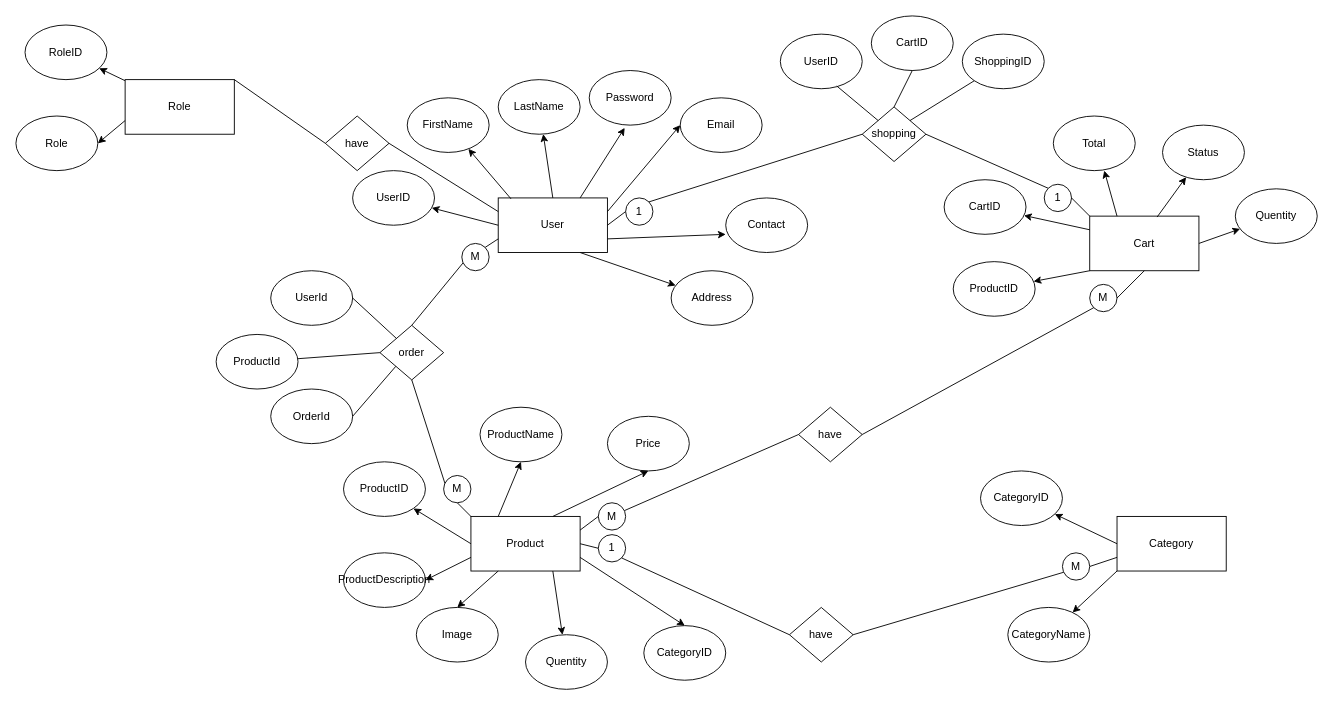
Before: page "Page-2" (2 of 3) of Task01.drawio in buddikatdk/Task01, a draw.io diagram. Source tidied: cells renumbered, new cells numbered last; positions are measured from the earlier drawing's top-left corner, leaving out a move shared by most shapes. Both pictures are drawn from the tidied source at 91%, with x=0, y=0 at pixel (15, 15).
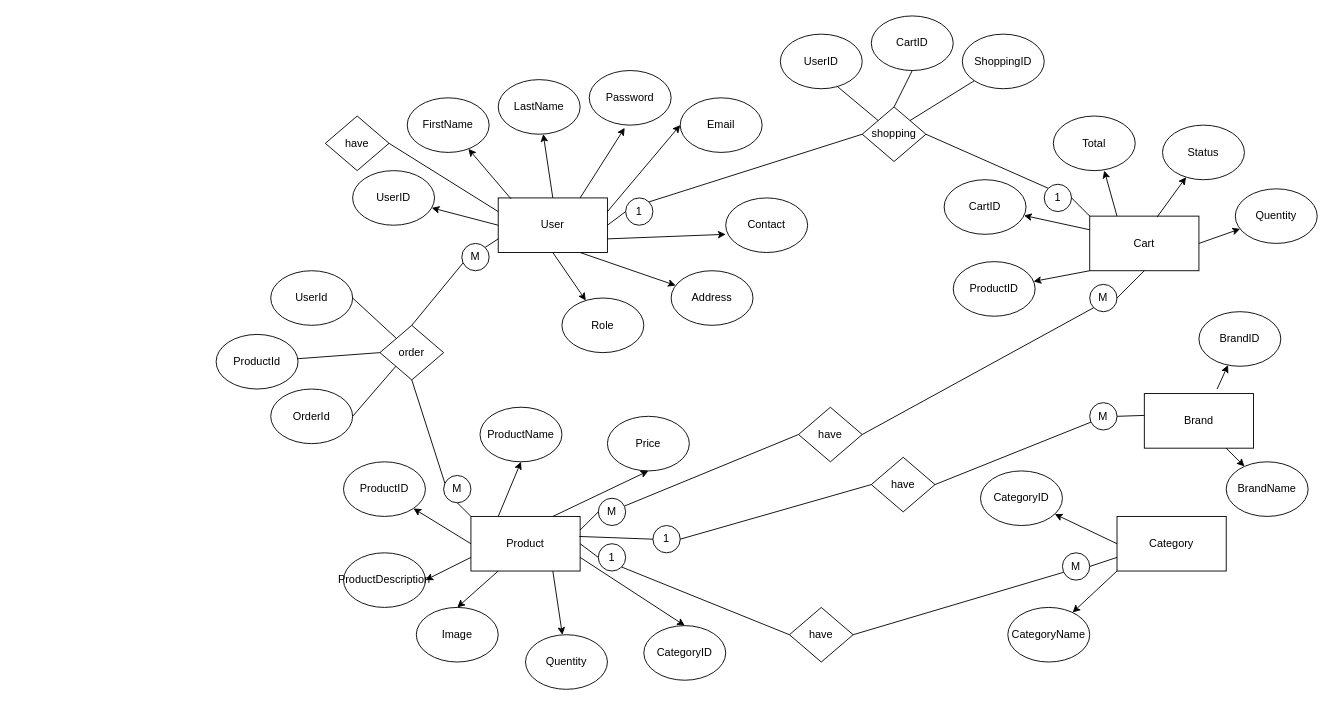
The same page after the edit.

The change refers to these unchanged cells:
```xml
<mxCell id="2" value="User" style="rounded=0;whiteSpace=wrap;html=1;" parent="1" vertex="1">
  <mxGeometry x="530" y="200" width="120" height="60" as="geometry" />
</mxCell>
<mxCell id="15" value="Product" style="rounded=0;whiteSpace=wrap;html=1;" parent="1" vertex="1">
  <mxGeometry x="500" y="550" width="120" height="60" as="geometry" />
</mxCell>
```

Diff of the diagram source:
```diff
@@
     <mxCell id="59" value="1" style="ellipse;whiteSpace=wrap;html=1;" parent="1" vertex="1">
-      <mxGeometry x="640" y="570" width="30" height="30" as="geometry" />
+      <mxGeometry x="640" y="580" width="30" height="30" as="geometry" />
     </mxCell>
@@
     <mxCell id="67" value="M" style="ellipse;whiteSpace=wrap;html=1;" parent="1" vertex="1">
-      <mxGeometry x="640" y="535" width="30" height="30" as="geometry" />
+      <mxGeometry x="640" y="530" width="30" height="30" as="geometry" />
     </mxCell>
@@
-    <mxCell id="88" value="Role" style="rounded=0;whiteSpace=wrap;html=1;" parent="1" vertex="1">
-      <mxGeometry x="120" y="70" width="120" height="60" as="geometry" />
-    </mxCell>
-    <mxCell id="89" value="RoleID" style="ellipse;whiteSpace=wrap;html=1;" parent="1" vertex="1">
-      <mxGeometry x="10" y="10" width="90" height="60" as="geometry" />
-    </mxCell>
-    <mxCell id="90" style="endArrow=classic;html=1;rounded=0;" parent="1" edge="1" source="88" target="89">
-      <mxGeometry relative="1" as="geometry" />
-    </mxCell>
+    <mxCell id="93" value="have" style="rhombus;whiteSpace=wrap;html=1;" parent="1" vertex="1">
+      <mxGeometry x="340" y="110" width="70" height="60" as="geometry" />
+    </mxCell>
+    <mxCell id="95" style="endArrow=none;html=1;rounded=0;entryX=1;entryY=0.5;entryDx=0;entryDy=0;exitX=0;exitY=0.25;exitDx=0;exitDy=0;" parent="1" edge="1" source="2" target="93">
+      <mxGeometry relative="1" as="geometry" />
+    </mxCell>
     <mxCell id="91" value="Role" style="ellipse;whiteSpace=wrap;html=1;" parent="1" vertex="1">
-      <mxGeometry y="110" width="90" height="60" as="geometry" />
+      <mxGeometry x="600" y="310" width="90" height="60" as="geometry" />
     </mxCell>
-    <mxCell id="92" style="endArrow=classic;html=1;rounded=0;exitX=0;exitY=0.75;exitDx=0;exitDy=0;entryX=1;entryY=0.5;entryDx=0;entryDy=0;" parent="1" edge="1" source="88" target="91">
-      <mxGeometry relative="1" as="geometry" />
-    </mxCell>
-    <mxCell id="93" value="have" style="rhombus;whiteSpace=wrap;html=1;" parent="1" vertex="1">
-      <mxGeometry x="340" y="110" width="70" height="60" as="geometry" />
-    </mxCell>
-    <mxCell id="94" style="endArrow=none;html=1;rounded=0;exitX=1;exitY=0;exitDx=0;exitDy=0;entryX=0;entryY=0.5;entryDx=0;entryDy=0;" parent="1" edge="1" source="88" target="93">
-      <mxGeometry relative="1" as="geometry" />
-    </mxCell>
-    <mxCell id="95" style="endArrow=none;html=1;rounded=0;entryX=1;entryY=0.5;entryDx=0;entryDy=0;exitX=0;exitY=0.25;exitDx=0;exitDy=0;" parent="1" edge="1" source="2" target="93">
-      <mxGeometry relative="1" as="geometry" />
-    </mxCell>
+    <mxCell id="96" style="endArrow=classic;html=1;rounded=0;exitX=0.5;exitY=1;exitDx=0;exitDy=0;" parent="1" edge="1" source="2" target="91">
+      <mxGeometry relative="1" as="geometry" />
+    </mxCell>
+    <mxCell id="97" value="Brand" style="rounded=0;whiteSpace=wrap;html=1;" parent="1" vertex="1">
+      <mxGeometry x="1240" y="415" width="120" height="60" as="geometry" />
+    </mxCell>
+    <mxCell id="98" value="BrandID" style="ellipse;whiteSpace=wrap;html=1;" parent="1" vertex="1">
+      <mxGeometry x="1300" y="325" width="90" height="60" as="geometry" />
+    </mxCell>
+    <mxCell id="99" style="endArrow=classic;html=1;rounded=0;" parent="1" edge="1" target="98">
+      <mxGeometry relative="1" as="geometry">
+        <mxPoint x="1320" y="410" as="sourcePoint" />
+      </mxGeometry>
+    </mxCell>
+    <mxCell id="100" value="BrandName" style="ellipse;whiteSpace=wrap;html=1;" parent="1" vertex="1">
+      <mxGeometry x="1330" y="490" width="90" height="60" as="geometry" />
+    </mxCell>
+    <mxCell id="101" style="endArrow=classic;html=1;rounded=0;exitX=0.75;exitY=1;exitDx=0;exitDy=0;" parent="1" edge="1" source="97" target="100">
+      <mxGeometry relative="1" as="geometry" />
+    </mxCell>
+    <mxCell id="102" value="have" style="rhombus;whiteSpace=wrap;html=1;" parent="1" vertex="1">
+      <mxGeometry x="940" y="485" width="70" height="60" as="geometry" />
+    </mxCell>
+    <mxCell id="103" style="endArrow=none;html=1;rounded=0;exitX=1;exitY=0.5;exitDx=0;exitDy=0;entryX=0;entryY=0.4;entryDx=0;entryDy=0;startArrow=none;entryPerimeter=0;" parent="1" edge="1" source="104" target="97">
+      <mxGeometry relative="1" as="geometry" />
+    </mxCell>
+    <mxCell id="104" value="M" style="ellipse;whiteSpace=wrap;html=1;" parent="1" vertex="1">
+      <mxGeometry x="1180" y="425" width="30" height="30" as="geometry" />
+    </mxCell>
+    <mxCell id="105" style="endArrow=none;html=1;rounded=0;exitX=1;exitY=0.5;exitDx=0;exitDy=0;entryX=0;entryY=0.75;entryDx=0;entryDy=0;" parent="1" edge="1" source="102" target="104">
+      <mxGeometry relative="1" as="geometry" />
+    </mxCell>
+    <mxCell id="106" value="1" style="ellipse;whiteSpace=wrap;html=1;" parent="1" vertex="1">
+      <mxGeometry x="700" y="560" width="30" height="30" as="geometry" />
+    </mxCell>
+    <mxCell id="107" style="endArrow=none;html=1;rounded=0;exitX=0;exitY=0.5;exitDx=0;exitDy=0;entryX=1;entryY=0.5;entryDx=0;entryDy=0;" parent="1" edge="1" source="102" target="106">
+      <mxGeometry relative="1" as="geometry" />
+    </mxCell>
+    <mxCell id="108" style="endArrow=none;html=1;rounded=0;exitX=0.992;exitY=0.367;exitDx=0;exitDy=0;exitPerimeter=0;entryX=0;entryY=0.5;entryDx=0;entryDy=0;" parent="1" edge="1" source="15" target="106">
+      <mxGeometry relative="1" as="geometry" />
+    </mxCell>
```
